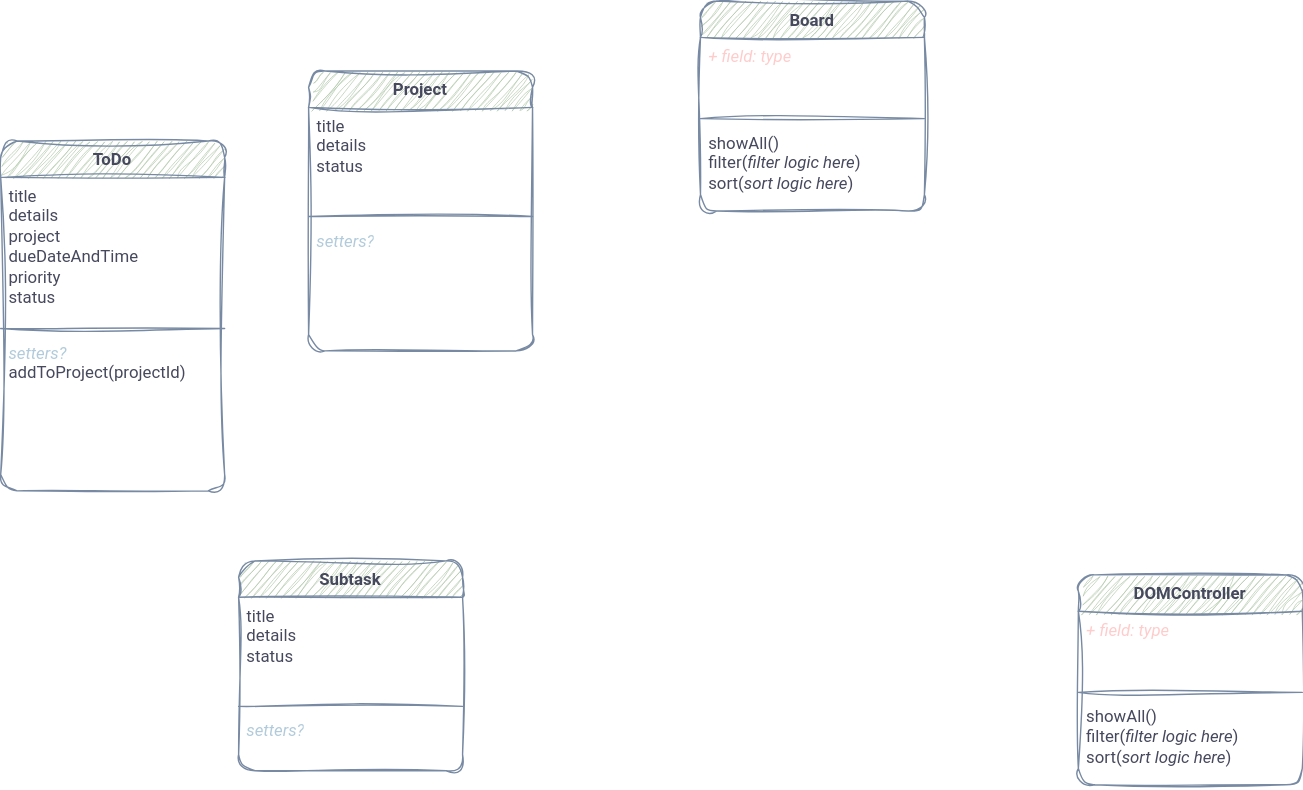
The draw.io diagram docs/objects.svg in henrylin03/tasks, before a commit. Source tidied: cells renumbered, new cells last; positions are measured from the earlier drawing's top-left corner, leaving out a move shared by most shapes. Source of this version:
```xml
<mxGraphModel>
  <root>
    <mxCell id="0" />
    <mxCell id="1" parent="0" />
    <mxCell id="2" value="ToDo" style="swimlane;fontStyle=1;align=center;verticalAlign=top;horizontal=1;startSize=26;whiteSpace=wrap;html=1;strokeColor=#788AA3;fontColor=#46495D;fillColor=#B2C9AB;fontFamily=Roboto;fontSource=https%3A%2F%2Ffonts.googleapis.com%2Fcss%3Ffamily%3DRoboto;sketch=1;curveFitting=1;jiggle=2;rounded=1;labelBackgroundColor=none;" parent="1" vertex="1">
      <mxGeometry y="100" width="160" height="250" as="geometry" />
    </mxCell>
    <mxCell id="3" value="title&lt;div&gt;details&lt;br&gt;&lt;div&gt;project&lt;/div&gt;&lt;div&gt;dueDateAndTime&lt;/div&gt;&lt;div&gt;priority&lt;/div&gt;&lt;/div&gt;&lt;div&gt;status&lt;/div&gt;" style="text;strokeColor=none;fillColor=none;align=left;verticalAlign=top;spacingLeft=4;spacingRight=4;overflow=hidden;whiteSpace=wrap;html=1;fontColor=#46495D;fontFamily=Roboto;fontSource=https%3A%2F%2Ffonts.googleapis.com%2Fcss%3Ffamily%3DRoboto;sketch=1;curveFitting=1;jiggle=2;rounded=1;labelBackgroundColor=none;" parent="2" vertex="1">
      <mxGeometry y="26" width="160" height="104" as="geometry" />
    </mxCell>
    <mxCell id="4" style="line;strokeWidth=1;fillColor=none;align=left;verticalAlign=middle;spacingTop=-1;spacingLeft=3;spacingRight=3;labelPosition=right;strokeColor=#788AA3;fontColor=#46495D;fontFamily=Roboto;fontSource=https%3A%2F%2Ffonts.googleapis.com%2Fcss%3Ffamily%3DRoboto;sketch=1;curveFitting=1;jiggle=2;rounded=1;labelBackgroundColor=none;" parent="2" vertex="1">
      <mxGeometry y="130" width="160" height="8" as="geometry" />
    </mxCell>
    <mxCell id="5" value="&lt;i&gt;&lt;font color=&quot;#b2cbdb&quot;&gt;setters?&lt;/font&gt;&lt;/i&gt;&lt;div&gt;addToProject(projectId)&lt;/div&gt;" style="text;strokeColor=none;fillColor=none;align=left;verticalAlign=top;spacingLeft=4;spacingRight=4;overflow=hidden;whiteSpace=wrap;html=1;fontColor=#46495D;fontFamily=Roboto;fontSource=https%3A%2F%2Ffonts.googleapis.com%2Fcss%3Ffamily%3DRoboto;sketch=1;curveFitting=1;jiggle=2;rounded=1;labelBackgroundColor=none;" parent="2" vertex="1">
      <mxGeometry y="138" width="160" height="112" as="geometry" />
    </mxCell>
    <mxCell id="6" value="Project" style="swimlane;fontStyle=1;align=center;verticalAlign=top;horizontal=1;startSize=26;whiteSpace=wrap;html=1;strokeColor=#788AA3;fontColor=#46495D;fillColor=#B2C9AB;fontFamily=Roboto;fontSource=https%3A%2F%2Ffonts.googleapis.com%2Fcss%3Ffamily%3DRoboto;sketch=1;curveFitting=1;jiggle=2;rounded=1;labelBackgroundColor=none;" parent="1" vertex="1">
      <mxGeometry x="220" y="50" width="160" height="200" as="geometry" />
    </mxCell>
    <mxCell id="7" value="title&lt;div&gt;details&lt;/div&gt;&lt;div&gt;status&lt;/div&gt;" style="text;strokeColor=none;fillColor=none;align=left;verticalAlign=top;spacingLeft=4;spacingRight=4;overflow=hidden;whiteSpace=wrap;html=1;fontColor=#46495D;fontFamily=Roboto;fontSource=https%3A%2F%2Ffonts.googleapis.com%2Fcss%3Ffamily%3DRoboto;sketch=1;curveFitting=1;jiggle=2;rounded=1;labelBackgroundColor=none;" parent="6" vertex="1">
      <mxGeometry y="26" width="160" height="74" as="geometry" />
    </mxCell>
    <mxCell id="8" style="line;strokeWidth=1;fillColor=none;align=left;verticalAlign=middle;spacingTop=-1;spacingLeft=3;spacingRight=3;labelPosition=right;strokeColor=#788AA3;fontColor=#46495D;fontFamily=Roboto;fontSource=https%3A%2F%2Ffonts.googleapis.com%2Fcss%3Ffamily%3DRoboto;sketch=1;curveFitting=1;jiggle=2;rounded=1;labelBackgroundColor=none;" parent="6" vertex="1">
      <mxGeometry y="100" width="160" height="8" as="geometry" />
    </mxCell>
    <mxCell id="9" value="&lt;i&gt;&lt;font color=&quot;#b2cbdb&quot;&gt;setters?&lt;/font&gt;&lt;/i&gt;" style="text;strokeColor=none;fillColor=none;align=left;verticalAlign=top;spacingLeft=4;spacingRight=4;overflow=hidden;whiteSpace=wrap;html=1;fontColor=#46495D;fontFamily=Roboto;fontSource=https%3A%2F%2Ffonts.googleapis.com%2Fcss%3Ffamily%3DRoboto;sketch=1;curveFitting=1;jiggle=2;rounded=1;labelBackgroundColor=none;" parent="6" vertex="1">
      <mxGeometry y="108" width="160" height="92" as="geometry" />
    </mxCell>
    <mxCell id="10" value="Board" style="swimlane;fontStyle=1;align=center;verticalAlign=top;horizontal=1;startSize=26;whiteSpace=wrap;html=1;rounded=1;sketch=1;hachureGap=4;jiggle=2;curveFitting=1;fontFamily=Roboto;fontSource=https%3A%2F%2Ffonts.googleapis.com%2Fcss%3Ffamily%3DRoboto;labelBackgroundColor=none;fillColor=#B2C9AB;strokeColor=#788AA3;fontColor=#46495D;" parent="1" vertex="1">
      <mxGeometry x="500" width="160" height="150" as="geometry" />
    </mxCell>
    <mxCell id="11" value="&lt;i&gt;&lt;font color=&quot;#ffcccc&quot;&gt;+ field: type&lt;/font&gt;&lt;/i&gt;" style="text;strokeColor=none;fillColor=none;align=left;verticalAlign=top;spacingLeft=4;spacingRight=4;overflow=hidden;whiteSpace=wrap;html=1;fontFamily=Roboto;fontSource=https%3A%2F%2Ffonts.googleapis.com%2Fcss%3Ffamily%3DRoboto;rounded=1;labelBackgroundColor=none;fontColor=#46495D;" parent="10" vertex="1">
      <mxGeometry y="26" width="160" height="54" as="geometry" />
    </mxCell>
    <mxCell id="12" style="line;strokeWidth=1;fillColor=none;align=left;verticalAlign=middle;spacingTop=-1;spacingLeft=3;spacingRight=3;labelPosition=right;strokeColor=#788AA3;rounded=1;sketch=1;hachureGap=4;jiggle=2;curveFitting=1;fontFamily=Roboto;fontSource=https%3A%2F%2Ffonts.googleapis.com%2Fcss%3Ffamily%3DRoboto;labelBackgroundColor=none;fontColor=#46495D;" parent="10" vertex="1">
      <mxGeometry y="80" width="160" height="8" as="geometry" />
    </mxCell>
    <mxCell id="13" value="showAll()&lt;div&gt;filter(&lt;i&gt;filter logic here&lt;/i&gt;)&lt;/div&gt;&lt;div&gt;sort(&lt;i&gt;sort logic here&lt;/i&gt;)&lt;/div&gt;" style="text;strokeColor=none;fillColor=none;align=left;verticalAlign=top;spacingLeft=4;spacingRight=4;overflow=hidden;whiteSpace=wrap;html=1;fontFamily=Roboto;fontSource=https%3A%2F%2Ffonts.googleapis.com%2Fcss%3Ffamily%3DRoboto;rounded=1;labelBackgroundColor=none;fontColor=#46495D;" parent="10" vertex="1">
      <mxGeometry y="88" width="160" height="62" as="geometry" />
    </mxCell>
    <mxCell id="14" value="Subtask" style="swimlane;fontStyle=1;align=center;verticalAlign=top;horizontal=1;startSize=26;whiteSpace=wrap;html=1;strokeColor=#788AA3;fontColor=#46495D;fillColor=#B2C9AB;fontFamily=Roboto;fontSource=https%3A%2F%2Ffonts.googleapis.com%2Fcss%3Ffamily%3DRoboto;sketch=1;curveFitting=1;jiggle=2;rounded=1;labelBackgroundColor=none;" parent="1" vertex="1">
      <mxGeometry x="170" y="400" width="160" height="150" as="geometry" />
    </mxCell>
    <mxCell id="15" value="title&lt;div&gt;details&lt;/div&gt;&lt;div&gt;status&lt;/div&gt;" style="text;strokeColor=none;fillColor=none;align=left;verticalAlign=top;spacingLeft=4;spacingRight=4;overflow=hidden;whiteSpace=wrap;html=1;fontColor=#46495D;fontFamily=Roboto;fontSource=https%3A%2F%2Ffonts.googleapis.com%2Fcss%3Ffamily%3DRoboto;sketch=1;curveFitting=1;jiggle=2;rounded=1;labelBackgroundColor=none;" parent="14" vertex="1">
      <mxGeometry y="26" width="160" height="74" as="geometry" />
    </mxCell>
    <mxCell id="16" style="line;strokeWidth=1;fillColor=none;align=left;verticalAlign=middle;spacingTop=-1;spacingLeft=3;spacingRight=3;labelPosition=right;strokeColor=#788AA3;fontColor=#46495D;fontFamily=Roboto;fontSource=https%3A%2F%2Ffonts.googleapis.com%2Fcss%3Ffamily%3DRoboto;sketch=1;curveFitting=1;jiggle=2;rounded=1;labelBackgroundColor=none;" parent="14" vertex="1">
      <mxGeometry y="100" width="160" height="8" as="geometry" />
    </mxCell>
    <mxCell id="17" value="&lt;i&gt;&lt;font color=&quot;#b2cbdb&quot;&gt;setters?&lt;/font&gt;&lt;/i&gt;" style="text;strokeColor=none;fillColor=none;align=left;verticalAlign=top;spacingLeft=4;spacingRight=4;overflow=hidden;whiteSpace=wrap;html=1;fontColor=#46495D;fontFamily=Roboto;fontSource=https%3A%2F%2Ffonts.googleapis.com%2Fcss%3Ffamily%3DRoboto;sketch=1;curveFitting=1;jiggle=2;rounded=1;labelBackgroundColor=none;" parent="14" vertex="1">
      <mxGeometry y="108" width="160" height="42" as="geometry" />
    </mxCell>
    <mxCell id="18" value="DOMController" style="swimlane;fontStyle=1;align=center;verticalAlign=top;horizontal=1;startSize=26;whiteSpace=wrap;html=1;rounded=1;sketch=1;hachureGap=4;jiggle=2;curveFitting=1;fontFamily=Roboto;fontSource=https%3A%2F%2Ffonts.googleapis.com%2Fcss%3Ffamily%3DRoboto;labelBackgroundColor=none;fillColor=#B2C9AB;strokeColor=#788AA3;fontColor=#46495D;" parent="1" vertex="1">
      <mxGeometry x="770" y="410" width="160" height="150" as="geometry" />
    </mxCell>
    <mxCell id="19" value="&lt;i&gt;&lt;font color=&quot;#ffcccc&quot;&gt;+ field: type&lt;/font&gt;&lt;/i&gt;" style="text;strokeColor=none;fillColor=none;align=left;verticalAlign=top;spacingLeft=4;spacingRight=4;overflow=hidden;whiteSpace=wrap;html=1;fontFamily=Roboto;fontSource=https%3A%2F%2Ffonts.googleapis.com%2Fcss%3Ffamily%3DRoboto;rounded=1;labelBackgroundColor=none;fontColor=#46495D;" parent="18" vertex="1">
      <mxGeometry y="26" width="160" height="54" as="geometry" />
    </mxCell>
    <mxCell id="20" style="line;strokeWidth=1;fillColor=none;align=left;verticalAlign=middle;spacingTop=-1;spacingLeft=3;spacingRight=3;labelPosition=right;strokeColor=#788AA3;rounded=1;sketch=1;hachureGap=4;jiggle=2;curveFitting=1;fontFamily=Roboto;fontSource=https%3A%2F%2Ffonts.googleapis.com%2Fcss%3Ffamily%3DRoboto;labelBackgroundColor=none;fontColor=#46495D;" parent="18" vertex="1">
      <mxGeometry y="80" width="160" height="8" as="geometry" />
    </mxCell>
    <mxCell id="21" value="showAll()&lt;div&gt;filter(&lt;i&gt;filter logic here&lt;/i&gt;)&lt;/div&gt;&lt;div&gt;sort(&lt;i&gt;sort logic here&lt;/i&gt;)&lt;/div&gt;" style="text;strokeColor=none;fillColor=none;align=left;verticalAlign=top;spacingLeft=4;spacingRight=4;overflow=hidden;whiteSpace=wrap;html=1;fontFamily=Roboto;fontSource=https%3A%2F%2Ffonts.googleapis.com%2Fcss%3Ffamily%3DRoboto;rounded=1;labelBackgroundColor=none;fontColor=#46495D;" parent="18" vertex="1">
      <mxGeometry y="88" width="160" height="62" as="geometry" />
    </mxCell>
  </root>
</mxGraphModel>
```
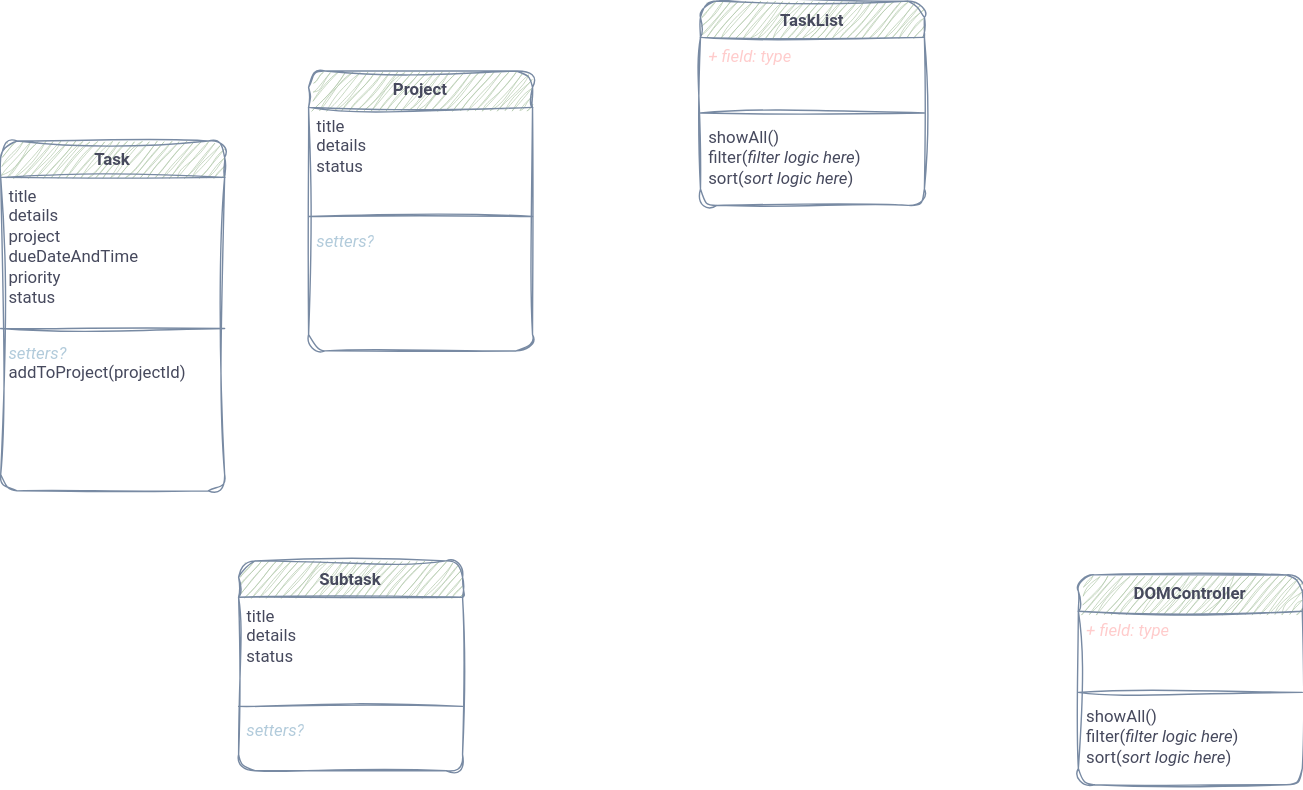
The same file after the commit.

The edit, as a diff of the source:
```diff
@@ -2,7 +2,7 @@
   <root>
     <mxCell id="0" />
     <mxCell id="1" parent="0" />
-    <mxCell id="2" value="ToDo" style="swimlane;fontStyle=1;align=center;verticalAlign=top;horizontal=1;startSize=26;whiteSpace=wrap;html=1;strokeColor=#788AA3;fontColor=#46495D;fillColor=#B2C9AB;fontFamily=Roboto;fontSource=https%3A%2F%2Ffonts.googleapis.com%2Fcss%3Ffamily%3DRoboto;sketch=1;curveFitting=1;jiggle=2;rounded=1;labelBackgroundColor=none;" parent="1" vertex="1">
+    <mxCell id="2" value="Task" style="swimlane;fontStyle=1;align=center;verticalAlign=top;horizontal=1;startSize=26;whiteSpace=wrap;html=1;strokeColor=#788AA3;fontColor=#46495D;fillColor=#B2C9AB;fontFamily=Roboto;fontSource=https%3A%2F%2Ffonts.googleapis.com%2Fcss%3Ffamily%3DRoboto;sketch=1;curveFitting=1;jiggle=2;rounded=1;labelBackgroundColor=none;" parent="1" vertex="1">
       <mxGeometry y="100" width="160" height="250" as="geometry" />
     </mxCell>
     <mxCell id="3" value="title&lt;div&gt;details&lt;br&gt;&lt;div&gt;project&lt;/div&gt;&lt;div&gt;dueDateAndTime&lt;/div&gt;&lt;div&gt;priority&lt;/div&gt;&lt;/div&gt;&lt;div&gt;status&lt;/div&gt;" style="text;strokeColor=none;fillColor=none;align=left;verticalAlign=top;spacingLeft=4;spacingRight=4;overflow=hidden;whiteSpace=wrap;html=1;fontColor=#46495D;fontFamily=Roboto;fontSource=https%3A%2F%2Ffonts.googleapis.com%2Fcss%3Ffamily%3DRoboto;sketch=1;curveFitting=1;jiggle=2;rounded=1;labelBackgroundColor=none;" parent="2" vertex="1">
@@ -26,17 +26,17 @@
     <mxCell id="9" value="&lt;i&gt;&lt;font color=&quot;#b2cbdb&quot;&gt;setters?&lt;/font&gt;&lt;/i&gt;" style="text;strokeColor=none;fillColor=none;align=left;verticalAlign=top;spacingLeft=4;spacingRight=4;overflow=hidden;whiteSpace=wrap;html=1;fontColor=#46495D;fontFamily=Roboto;fontSource=https%3A%2F%2Ffonts.googleapis.com%2Fcss%3Ffamily%3DRoboto;sketch=1;curveFitting=1;jiggle=2;rounded=1;labelBackgroundColor=none;" parent="6" vertex="1">
       <mxGeometry y="108" width="160" height="92" as="geometry" />
     </mxCell>
-    <mxCell id="10" value="Board" style="swimlane;fontStyle=1;align=center;verticalAlign=top;horizontal=1;startSize=26;whiteSpace=wrap;html=1;rounded=1;sketch=1;hachureGap=4;jiggle=2;curveFitting=1;fontFamily=Roboto;fontSource=https%3A%2F%2Ffonts.googleapis.com%2Fcss%3Ffamily%3DRoboto;labelBackgroundColor=none;fillColor=#B2C9AB;strokeColor=#788AA3;fontColor=#46495D;" parent="1" vertex="1">
-      <mxGeometry x="500" width="160" height="150" as="geometry" />
+    <mxCell id="10" value="TaskList" style="swimlane;fontStyle=1;align=center;verticalAlign=top;horizontal=1;startSize=26;whiteSpace=wrap;html=1;rounded=1;sketch=1;hachureGap=4;jiggle=2;curveFitting=1;fontFamily=Roboto;fontSource=https%3A%2F%2Ffonts.googleapis.com%2Fcss%3Ffamily%3DRoboto;labelBackgroundColor=none;fillColor=#B2C9AB;strokeColor=#788AA3;fontColor=#46495D;" parent="1" vertex="1">
+      <mxGeometry x="500" width="160" height="146" as="geometry" />
     </mxCell>
     <mxCell id="11" value="&lt;i&gt;&lt;font color=&quot;#ffcccc&quot;&gt;+ field: type&lt;/font&gt;&lt;/i&gt;" style="text;strokeColor=none;fillColor=none;align=left;verticalAlign=top;spacingLeft=4;spacingRight=4;overflow=hidden;whiteSpace=wrap;html=1;fontFamily=Roboto;fontSource=https%3A%2F%2Ffonts.googleapis.com%2Fcss%3Ffamily%3DRoboto;rounded=1;labelBackgroundColor=none;fontColor=#46495D;" parent="10" vertex="1">
-      <mxGeometry y="26" width="160" height="54" as="geometry" />
+      <mxGeometry y="26" width="160" height="50" as="geometry" />
     </mxCell>
     <mxCell id="12" style="line;strokeWidth=1;fillColor=none;align=left;verticalAlign=middle;spacingTop=-1;spacingLeft=3;spacingRight=3;labelPosition=right;strokeColor=#788AA3;rounded=1;sketch=1;hachureGap=4;jiggle=2;curveFitting=1;fontFamily=Roboto;fontSource=https%3A%2F%2Ffonts.googleapis.com%2Fcss%3Ffamily%3DRoboto;labelBackgroundColor=none;fontColor=#46495D;" parent="10" vertex="1">
-      <mxGeometry y="80" width="160" height="8" as="geometry" />
+      <mxGeometry y="76" width="160" height="8" as="geometry" />
     </mxCell>
     <mxCell id="13" value="showAll()&lt;div&gt;filter(&lt;i&gt;filter logic here&lt;/i&gt;)&lt;/div&gt;&lt;div&gt;sort(&lt;i&gt;sort logic here&lt;/i&gt;)&lt;/div&gt;" style="text;strokeColor=none;fillColor=none;align=left;verticalAlign=top;spacingLeft=4;spacingRight=4;overflow=hidden;whiteSpace=wrap;html=1;fontFamily=Roboto;fontSource=https%3A%2F%2Ffonts.googleapis.com%2Fcss%3Ffamily%3DRoboto;rounded=1;labelBackgroundColor=none;fontColor=#46495D;" parent="10" vertex="1">
-      <mxGeometry y="88" width="160" height="62" as="geometry" />
+      <mxGeometry y="84" width="160" height="62" as="geometry" />
     </mxCell>
     <mxCell id="14" value="Subtask" style="swimlane;fontStyle=1;align=center;verticalAlign=top;horizontal=1;startSize=26;whiteSpace=wrap;html=1;strokeColor=#788AA3;fontColor=#46495D;fillColor=#B2C9AB;fontFamily=Roboto;fontSource=https%3A%2F%2Ffonts.googleapis.com%2Fcss%3Ffamily%3DRoboto;sketch=1;curveFitting=1;jiggle=2;rounded=1;labelBackgroundColor=none;" parent="1" vertex="1">
       <mxGeometry x="170" y="400" width="160" height="150" as="geometry" />
```
